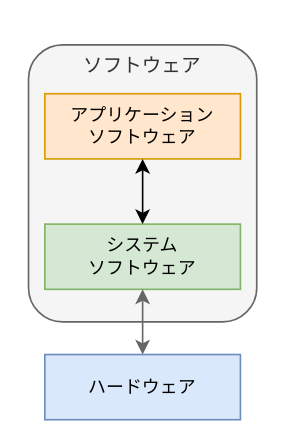
The draw.io diagram page "Page-4" (4 of 4) of logo.drawio in zi-ang-liu/jb-cs101, before the edit. Source tidied: cells renumbered, new cells numbered last; positions are measured from the earlier drawing's top-left corner, leaving out a move shared by most shapes. Both pictures are drawn from the tidied source at 163%, with x=0, y=0 at pixel (28, 44).
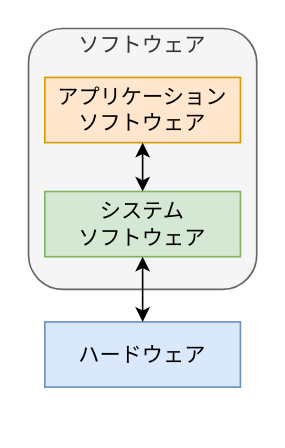
The same page after the edit.

The edit, as a diff of the source:
```diff
@@
 <mxGraphModel>
   <root>
     <mxCell id="0" />
     <mxCell id="1" parent="0" />
-    <mxCell id="2" style="group;fontFamily=Noto Sans JP;" parent="1" vertex="1">
-      <mxGeometry width="140" height="230" as="geometry" />
-    </mxCell>
+    <mxCell id="9" style="group;" parent="1" vertex="1">
+      <mxGeometry y="-10" width="140" height="220" as="geometry" />
+    </mxCell>
-    <mxCell id="3" value="ソフトウェア&lt;div&gt;&lt;br&gt;&lt;/div&gt;&lt;div&gt;&lt;br&gt;&lt;/div&gt;&lt;div&gt;&lt;br&gt;&lt;/div&gt;&lt;div&gt;&lt;br&gt;&lt;/div&gt;&lt;div&gt;&lt;br&gt;&lt;/div&gt;&lt;div&gt;&lt;br&gt;&lt;/div&gt;&lt;div&gt;&lt;br&gt;&lt;/div&gt;&lt;div&gt;&lt;br&gt;&lt;/div&gt;&lt;div&gt;&lt;br&gt;&lt;/div&gt;&lt;div&gt;&lt;br&gt;&lt;/div&gt;" style="rounded=1;whiteSpace=wrap;html=1;fillColor=#f5f5f5;fontColor=#333333;strokeColor=#666666;fontFamily=Noto Sans JP;" parent="2" vertex="1">
-      <mxGeometry width="140" height="170" as="geometry" />
+    <mxCell id="3" value="&lt;font face=&quot;Noto Sans JP&quot;&gt;ソフトウェア&lt;/font&gt;&lt;div&gt;&lt;font face=&quot;Noto Sans JP&quot;&gt;&lt;br&gt;&lt;/font&gt;&lt;/div&gt;&lt;div&gt;&lt;font face=&quot;Noto Sans JP&quot;&gt;&lt;br&gt;&lt;/font&gt;&lt;/div&gt;&lt;div&gt;&lt;font face=&quot;Noto Sans JP&quot;&gt;&lt;br&gt;&lt;/font&gt;&lt;/div&gt;&lt;div&gt;&lt;font face=&quot;Noto Sans JP&quot;&gt;&lt;br&gt;&lt;/font&gt;&lt;/div&gt;&lt;div&gt;&lt;font face=&quot;Noto Sans JP&quot;&gt;&lt;br&gt;&lt;/font&gt;&lt;/div&gt;&lt;div&gt;&lt;font face=&quot;Noto Sans JP&quot;&gt;&lt;br&gt;&lt;/font&gt;&lt;/div&gt;&lt;div&gt;&lt;font face=&quot;Noto Sans JP&quot;&gt;&lt;br&gt;&lt;/font&gt;&lt;/div&gt;&lt;div&gt;&lt;font face=&quot;Noto Sans JP&quot;&gt;&lt;br&gt;&lt;/font&gt;&lt;/div&gt;&lt;div&gt;&lt;br&gt;&lt;/div&gt;" style="rounded=1;whiteSpace=wrap;html=1;fillColor=#f5f5f5;fontColor=#333333;strokeColor=#666666;fontFamily=Noto Sans JP;fontSize=13;" parent="9" vertex="1">
+      <mxGeometry width="140" height="160" as="geometry" />
     </mxCell>
-    <mxCell id="4" value="&lt;font&gt;ハードウェア&lt;/font&gt;" style="rounded=0;whiteSpace=wrap;html=1;fontSize=11;fillColor=#dae8fc;strokeColor=#6c8ebf;fontFamily=Noto Sans JP;" parent="2" vertex="1">
-      <mxGeometry x="10" y="190" width="120" height="40" as="geometry" />
+    <mxCell id="4" value="&lt;font face=&quot;Noto Sans JP&quot;&gt;ハードウェア&lt;/font&gt;" style="rounded=0;whiteSpace=wrap;html=1;fontSize=13;fillColor=#dae8fc;strokeColor=#6c8ebf;fontFamily=Noto Sans JP;" parent="9" vertex="1">
+      <mxGeometry x="10" y="180" width="120" height="40" as="geometry" />
     </mxCell>
-    <mxCell id="5" value="&lt;font&gt;システム&lt;/font&gt;&lt;div&gt;&lt;font&gt;ソフトウェア&lt;/font&gt;&lt;/div&gt;" style="rounded=0;whiteSpace=wrap;html=1;fontSize=11;fillColor=#d5e8d4;strokeColor=#82b366;fontFamily=Noto Sans JP;" parent="2" vertex="1">
-      <mxGeometry x="10" y="110" width="120" height="40" as="geometry" />
+    <mxCell id="5" value="&lt;font face=&quot;Noto Sans JP&quot;&gt;システム&lt;/font&gt;&lt;div&gt;&lt;font face=&quot;Noto Sans JP&quot;&gt;ソフトウェア&lt;/font&gt;&lt;/div&gt;" style="rounded=0;whiteSpace=wrap;html=1;fontSize=13;fillColor=#d5e8d4;strokeColor=#82b366;fontFamily=Noto Sans JP;" parent="9" vertex="1">
+      <mxGeometry x="10" y="100" width="120" height="40" as="geometry" />
     </mxCell>
-    <mxCell id="6" value="&lt;font&gt;アプリケーション&lt;/font&gt;&lt;div&gt;&lt;font&gt;ソフトウェア&lt;/font&gt;&lt;/div&gt;" style="rounded=0;whiteSpace=wrap;html=1;fontSize=11;fillColor=#ffe6cc;strokeColor=#d79b00;fontFamily=Noto Sans JP;" parent="2" vertex="1">
+    <mxCell id="6" value="&lt;font face=&quot;Noto Sans JP&quot;&gt;アプリケーション&lt;/font&gt;&lt;div&gt;&lt;font face=&quot;Noto Sans JP&quot;&gt;ソフトウェア&lt;/font&gt;&lt;/div&gt;" style="rounded=0;whiteSpace=wrap;html=1;fontSize=13;fillColor=#ffe6cc;strokeColor=#d79b00;fontFamily=Noto Sans JP;" parent="9" vertex="1">
       <mxGeometry x="10" y="30" width="120" height="40" as="geometry" />
     </mxCell>
-    <mxCell id="7" style="endArrow=classic;startArrow=classic;html=1;rounded=0;entryX=0.5;entryY=1;entryDx=0;entryDy=0;exitX=0.5;exitY=0;exitDx=0;exitDy=0;fillColor=#dae8fc;strokeColor=#000000;fontFamily=Noto Sans JP;" parent="2" edge="1" source="5" target="6">
+    <mxCell id="7" style="endArrow=classic;startArrow=classic;html=1;rounded=0;entryX=0.5;entryY=1;entryDx=0;entryDy=0;exitX=0.5;exitY=0;exitDx=0;exitDy=0;fillColor=#dae8fc;strokeColor=#000000;fontFamily=Noto Sans JP;fontSize=13;" parent="9" edge="1" source="5" target="6">
       <mxGeometry relative="1" as="geometry" />
     </mxCell>
-    <mxCell id="8" style="endArrow=classic;startArrow=classic;html=1;rounded=0;entryX=0.5;entryY=1;entryDx=0;entryDy=0;fillColor=#f5f5f5;strokeColor=#666666;fontFamily=Noto Sans JP;" parent="2" edge="1" source="4" target="5">
+    <mxCell id="8" style="endArrow=classic;startArrow=classic;html=1;rounded=0;entryX=0.5;entryY=1;entryDx=0;entryDy=0;fillColor=#dae8fc;strokeColor=#000000;fontFamily=Noto Sans JP;fontSize=13;exitX=0.5;exitY=0;exitDx=0;exitDy=0;" parent="9" edge="1" source="4" target="5">
       <mxGeometry relative="1" as="geometry" />
     </mxCell>
   </root>
 </mxGraphModel>
```
